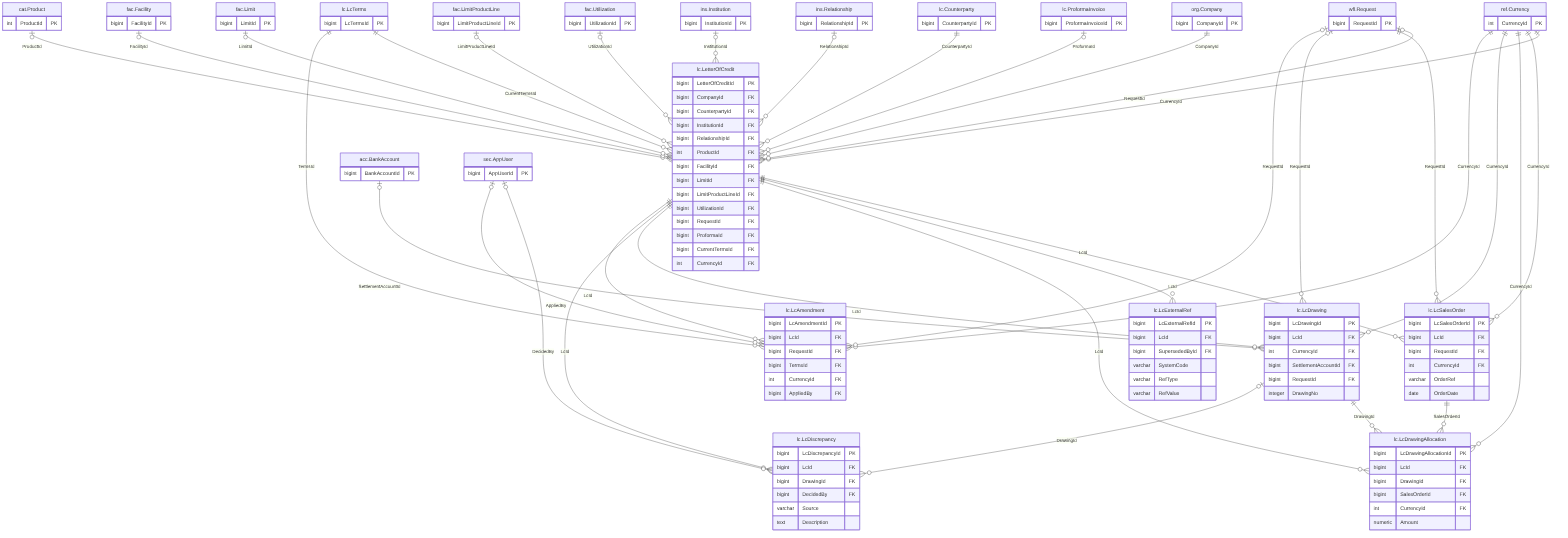
The Mermaid diagram treasury-platform/docs/diagrams/erd/m7_8_lc_ops_1.png in thawrasy/smartlines, before a commit. Its source is kept beside it as treasury-platform/docs/diagrams/erd/m7_8_lc_ops_1.mmd.
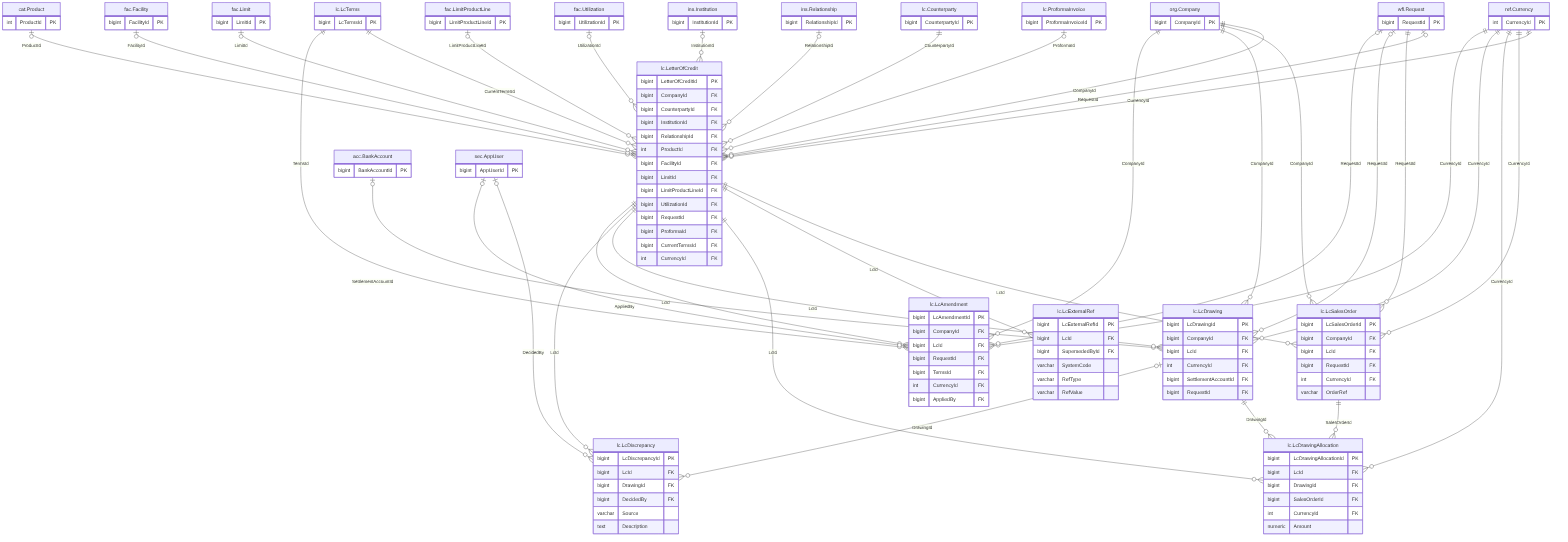
The same diagram one commit later.

What changed in the source:
```diff
@@ -25,6 +25,7 @@
   }
   lc_LcAmendment["lc.LcAmendment"] {
     bigint LcAmendmentId PK
+    bigint CompanyId FK
     bigint LcId FK
     bigint RequestId FK
     bigint TermsId FK
@@ -33,19 +34,19 @@
   }
   lc_LcDrawing["lc.LcDrawing"] {
     bigint LcDrawingId PK
+    bigint CompanyId FK
     bigint LcId FK
     int CurrencyId FK
     bigint SettlementAccountId FK
     bigint RequestId FK
-    integer DrawingNo
   }
   lc_LcSalesOrder["lc.LcSalesOrder"] {
     bigint LcSalesOrderId PK
+    bigint CompanyId FK
     bigint LcId FK
     bigint RequestId FK
     int CurrencyId FK
     varchar OrderRef
-    date OrderDate
   }
   lc_LcDrawingAllocation["lc.LcDrawingAllocation"] {
     bigint LcDrawingAllocationId PK
@@ -129,6 +130,9 @@
   lc_LetterOfCredit ||--o{ lc_LcExternalRef : "LcId"
   lc_LetterOfCredit ||--o{ lc_LcSalesOrder : "LcId"
   lc_ProformaInvoice |o--o{ lc_LetterOfCredit : "ProformaId"
+  org_Company ||--o{ lc_LcAmendment : "CompanyId"
+  org_Company ||--o{ lc_LcDrawing : "CompanyId"
+  org_Company ||--o{ lc_LcSalesOrder : "CompanyId"
   org_Company ||--o{ lc_LetterOfCredit : "CompanyId"
   ref_Currency ||--o{ lc_LcAmendment : "CurrencyId"
   ref_Currency ||--o{ lc_LcDrawing : "CurrencyId"
```
